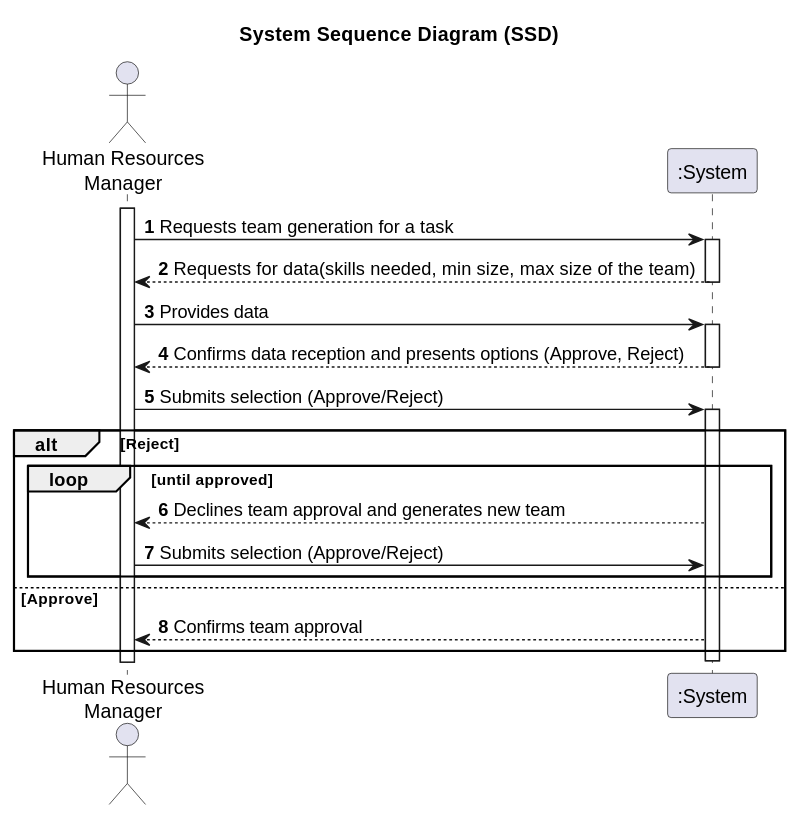
Above: docs/sprintC/us005/01.requirements-engineering/svg/us005-system-sequence-diagram.svg in Mendoncaa/LAPR2 (PlantUML), before the change. Its diagram source:
```plantuml
@startuml
skinparam shadowing false

title System Sequence Diagram (SSD)

autonumber

actor "Human Resources\nManager" as HRManager
participant ":System" as System

activate HRManager

HRManager -> System : Requests team generation for a task
activate System

    System --> HRManager : Requests for data(skills needed, min size, max size of the team)
    deactivate System

    HRManager -> System : Provides data
    activate System

    System --> HRManager : Confirms data reception and presents options (Approve, Reject)
    deactivate System

    HRManager -> System : Submits selection (Approve/Reject)
    activate System

    alt Reject
        loop until approved
            System --> HRManager : Declines team approval and generates new team
            HRManager -> System : Submits selection (Approve/Reject)
        end
    else Approve
        System --> HRManager : Confirms team approval
    end

deactivate System
@enduml
```
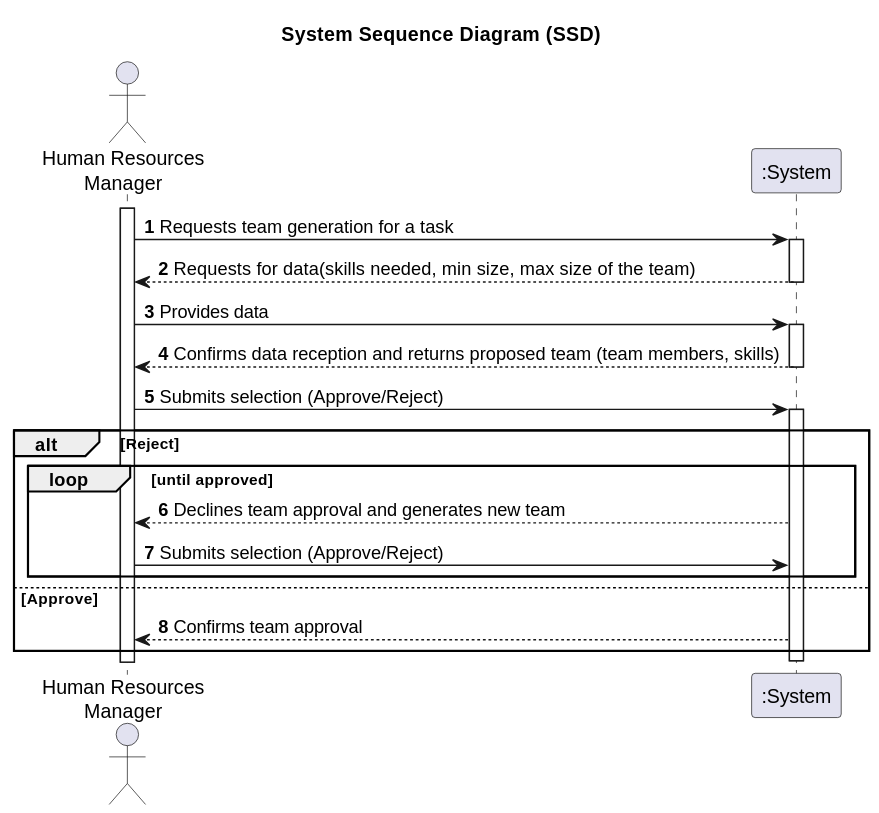
Later version of the same file.

Commit message:
US005 SINGLETON fix on class diagram.

Change to the diagram source:
```diff
@@ -19,7 +19,7 @@
     HRManager -> System : Provides data
     activate System
 
-    System --> HRManager : Confirms data reception and presents options (Approve, Reject)
+    System --> HRManager : Confirms data reception and returns proposed team (team members, skills)
     deactivate System
 
     HRManager -> System : Submits selection (Approve/Reject)
```
